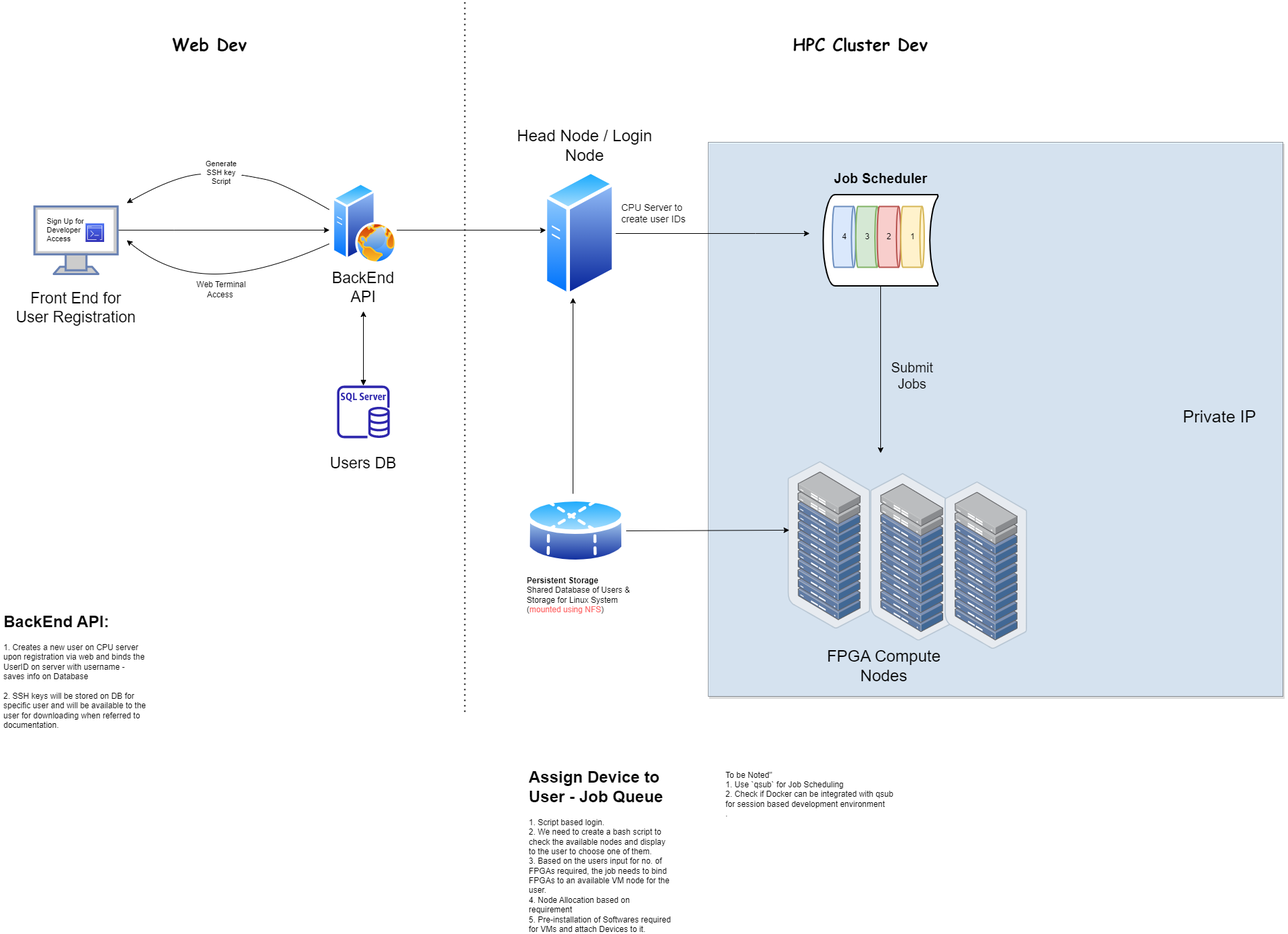
Above: LightSpeed Developer Access for Cloud Deployment.drawio.png in belanasaikiran/FlowCharts (draw.io), before the change. Source tidied: cells renumbered, new cells last; positions are measured from the earlier drawing's top-left corner, leaving out a move shared by most shapes.
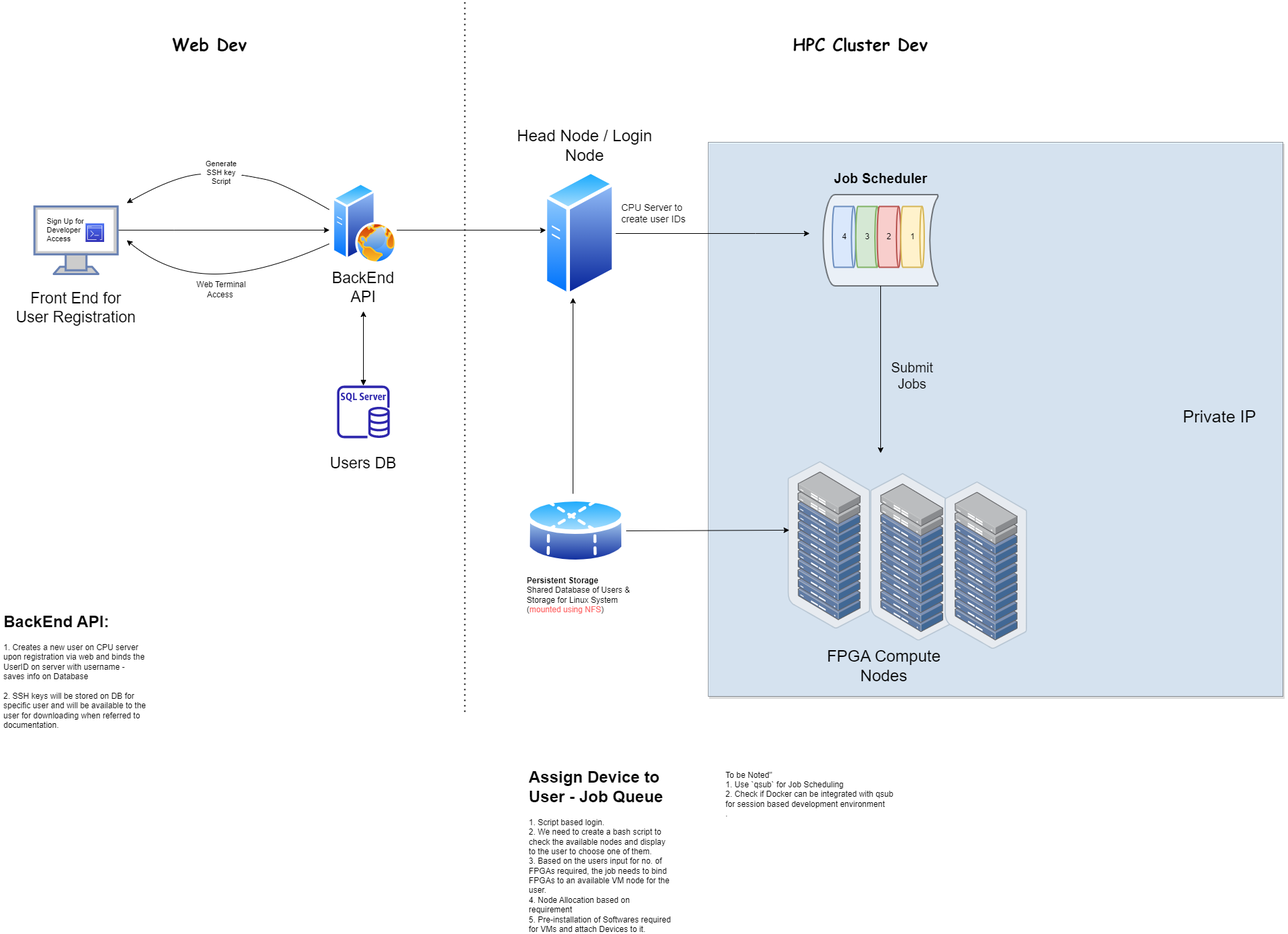
After the commit.

The edit, as a diff of the source:
```diff
@@ -10,7 +10,7 @@
         <mxPoint x="1302" y="670" as="targetPoint" />
       </mxGeometry>
     </mxCell>
-    <mxCell id="4" style="strokeWidth=2;html=1;shape=mxgraph.flowchart.stored_data;whiteSpace=wrap;" parent="1" vertex="1">
+    <mxCell id="4" style="strokeWidth=2;html=1;shape=mxgraph.flowchart.stored_data;whiteSpace=wrap;textOpacity=20;opacity=50;" parent="1" vertex="1">
       <mxGeometry x="1217" y="287.5" width="170" height="135" as="geometry" />
     </mxCell>
     <mxCell id="5" style="edgeStyle=orthogonalEdgeStyle;rounded=0;jettySize=auto;html=1;fontSize=23;" parent="1" edge="1" source="6">
```
